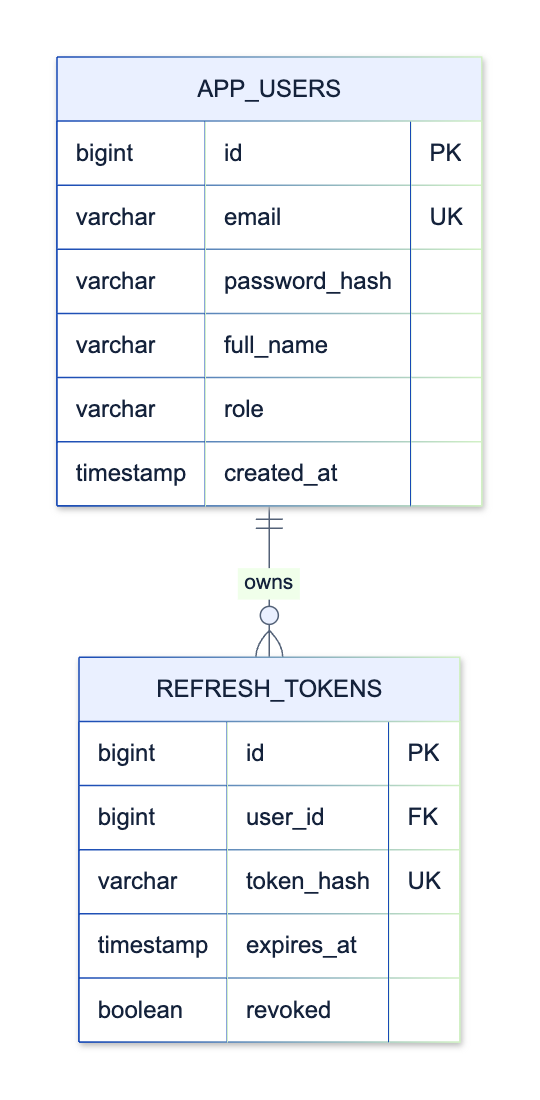
Before: assets/diagrams/tactical/08-identity-access-database.png, a diagram exported from Mermaid (upc-pre-202620-si728-16365-thropic/talki-project-report). Its source is kept beside it as assets/diagrams/tactical/08-identity-access-database.mmd.
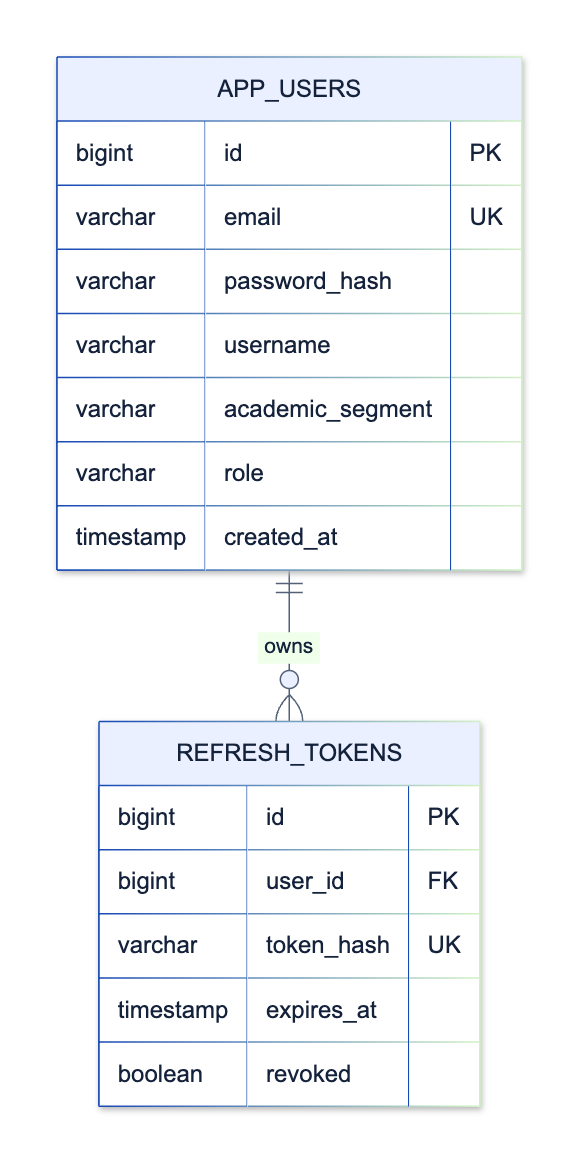
After the commit.

The edit, as a diff of the source:
```diff
@@ -4,7 +4,8 @@
         bigint id PK
         varchar email UK
         varchar password_hash
-        varchar full_name
+        varchar username
+        varchar academic_segment
         varchar role
         timestamp created_at
     }
```
